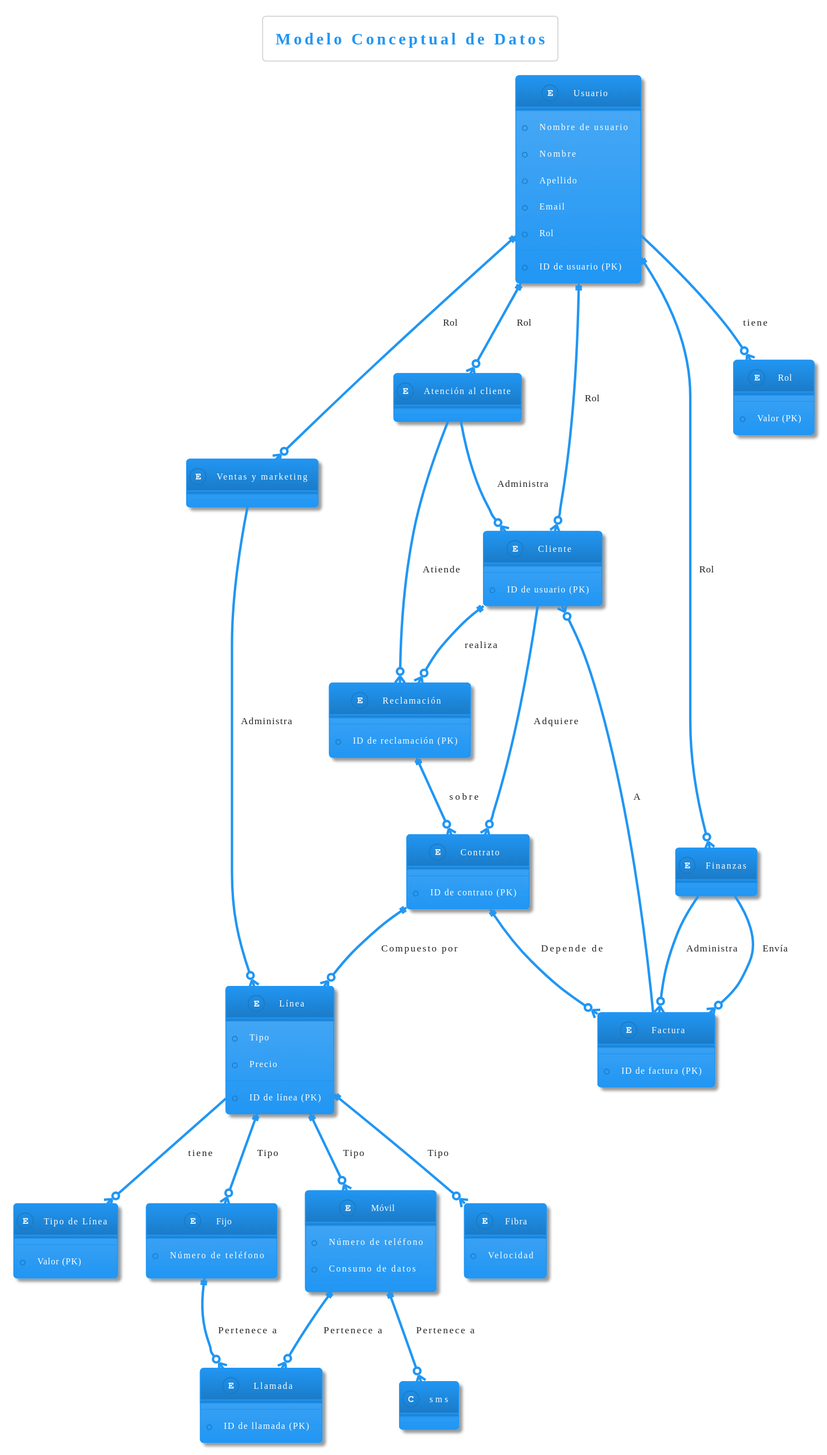
Above: docs/diagrams/ConceptualDataModel.svg in davidbp10/iw2023-2024-MovilUCA (PlantUML), before the change.
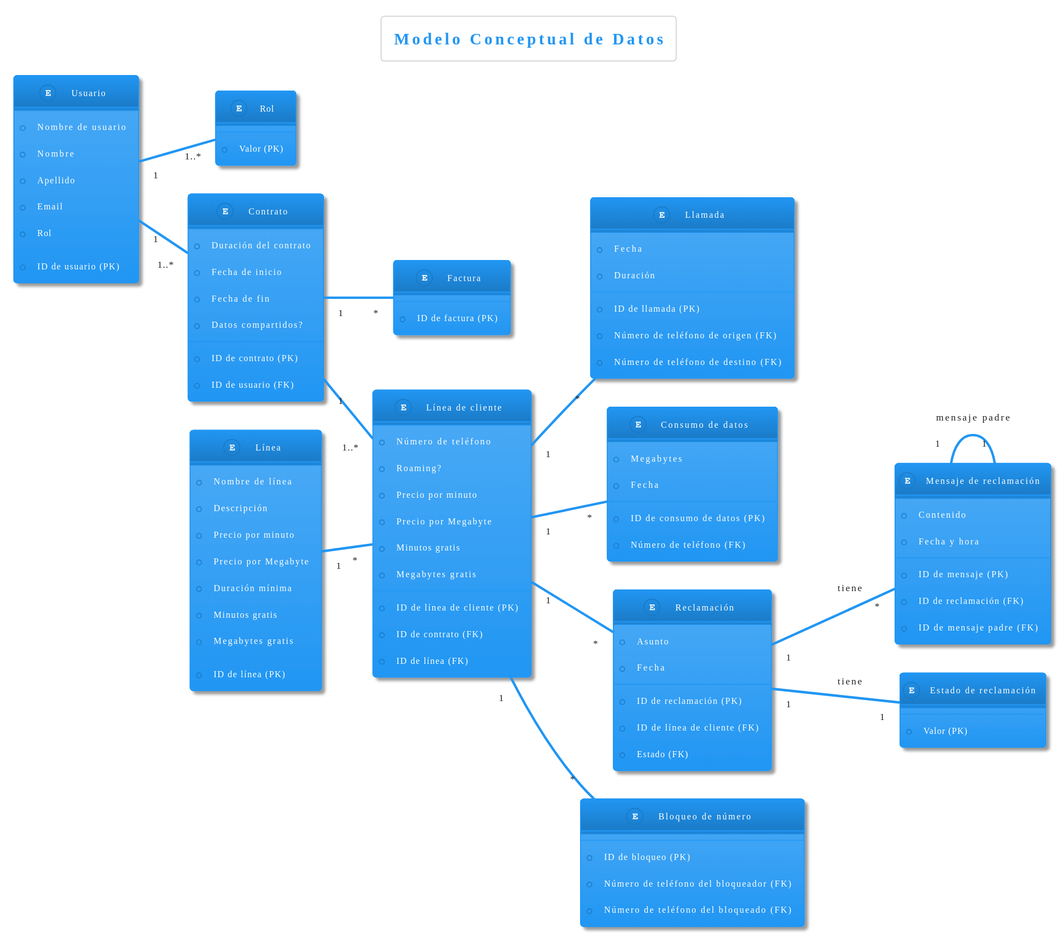
After the change.

What changed in the source:
```diff
@@ -1,6 +1,8 @@
 @startuml
 title Modelo Conceptual de Datos
 !theme materia
+left to right direction
+
 entity "Usuario" as usuario {
   + ID de usuario (PK)
   + Nombre de usuario
@@ -10,48 +12,41 @@
   + Rol
 }
 
-entity "Cliente" as cliente {
-  + ID de usuario (PK)
-}
-
-entity "Ventas y marketing" as ventasMarketing {
-}
-
-entity "Atención al cliente" as atencionCliente {
-}
-
-entity "Finanzas" as finanzas {
-}
-
 entity "Rol" as rol {
   + Valor (PK)
 }
 
 entity "Contrato" as contrato {
   + ID de contrato (PK)
+  + ID de usuario (FK)
+  + Duración del contrato
+  + Fecha de inicio
+  + Fecha de fin
+  + Datos compartidos?
 }
 
 entity "Línea" as linea {
   + ID de línea (PK)
-  + Tipo
-  + Precio
+  + Nombre de línea
+  + Descripción
+  + Precio por minuto
+  + Precio por Megabyte
+  + Duración mínima
+  + Minutos gratis
+  + Megabytes gratis
+
 }
 
-entity "Tipo de Línea" as tipoLinea {
-  + Valor (PK)
-}
-
-entity "Fijo" as fijo {
+entity "Línea de cliente" as lineaCliente {
+  + ID de línea de cliente (PK)
+  + ID de contrato (FK)
+  + ID de línea (FK)
   + Número de teléfono
-}
-
-entity "Móvil" as movil {
-  + Número de teléfono
-  + Consumo de datos
-}
-
-entity "Fibra" as fibra {
-  + Velocidad
+  + Roaming?
+  + Precio por minuto
+  + Precio por Megabyte
+  + Minutos gratis
+  + Megabytes gratis
 }
 
 entity "Factura" as factura {
@@ -60,41 +55,61 @@
 
 entity "Llamada" as llamada {
   + ID de llamada (PK)
+  + Número de teléfono de origen (FK)
+  + Número de teléfono de destino (FK)
+  + Fecha
+  + Duración
+}
+
+entity "Consumo de datos" as consumoDatos {
+  + ID de consumo de datos (PK)
+  + Número de teléfono (FK)
+  + Megabytes
+  + Fecha
 }
 
 entity "Reclamación" as reclamacion {
   + ID de reclamación (PK)
+  + ID de línea de cliente (FK)
+  + Asunto
+  + Estado (FK)
+  + Fecha
 }
 
-usuario ||--o{ cliente : Rol
-usuario ||--o{ ventasMarketing : Rol
-usuario ||--o{ atencionCliente : Rol
-usuario ||--o{ finanzas : Rol
+entity "Mensaje de reclamación" as msgReclamacion {
+  + ID de mensaje (PK)
+  + ID de reclamación (FK)
+  + ID de mensaje padre (FK)
+  + Contenido
+  + Fecha y hora
+
+}
+
+entity "Estado de reclamación" as estadoReclamacion {
+  + Valor (PK)
+}
+
+entity "Bloqueo de número" as bloqueoNumero {
+  + ID de bloqueo (PK)
+  + Número de teléfono del bloqueador (FK)
+  + Número de teléfono del bloqueado  (FK)
+}
+
+usuario "1" -- "1..*" rol
+usuario "1" -- "1..*" contrato
+
+contrato "1" -- "1..*" lineaCliente
+contrato "1" -- "*" factura
 
 
-usuario --o{ rol : tiene
-linea --o{ tipoLinea : tiene
+linea "1" -- "*" lineaCliente
 
-contrato ||--o{ linea : Compuesto por
+lineaCliente "1" -- "*" llamada
+lineaCliente "1" -- "*" consumoDatos
+lineaCliente "1" -- "*" bloqueoNumero
+lineaCliente "1" -- "*" reclamacion
 
-cliente --o{ contrato : Adquiere
-cliente ||--o{ reclamacion : realiza
-reclamacion ||--o{ contrato: sobre
-
-movil ||--o{ llamada : Pertenece a
-movil ||--o{ sms : Pertenece a
-
-fijo ||--o{ llamada : Pertenece a
-
-ventasMarketing --o{ linea: Administra
-atencionCliente --o{ cliente: Administra
-atencionCliente --o{ reclamacion: Atiende
-finanzas --o{ factura: Administra
-finanzas --o{ factura: Envía
-factura --o{ cliente: A
-contrato ||--o{ factura : Depende de
-
-linea ||--o{ fijo : Tipo
-linea ||--o{ movil : Tipo
-linea ||--o{ fibra : Tipo
+reclamacion "1" -- "*" msgReclamacion : tiene
+reclamacion "1" -- "1" estadoReclamacion : tiene
+msgReclamacion "1" -- "1" msgReclamacion : mensaje padre
 @enduml
```
